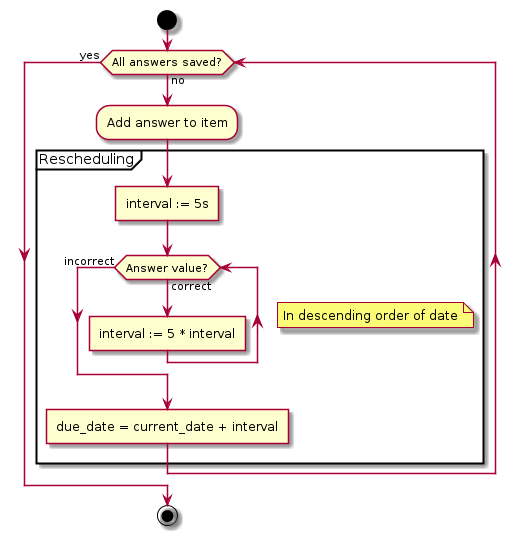
Before: img/learningserver.png, a diagram exported from PlantUML (mcvdenk/MasterThesis).
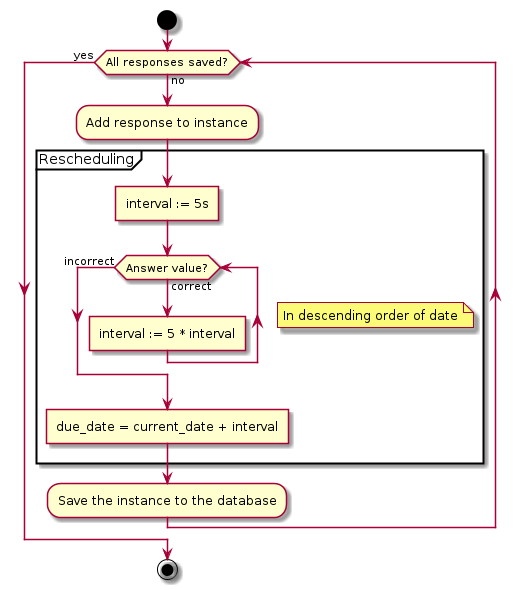
The same file after the commit.

Change to the diagram source:
```diff
@@ -1,8 +1,8 @@
 @startuml
 |Server|
 start
-while (All answers saved?) is (no)
-:Add answer to item;
+while (All responses saved?) is (no)
+:Add response to instance;
 partition Rescheduling {
 :interval := 5s]
 while (Answer value?) is (correct)
@@ -11,6 +11,7 @@
 endwhile (incorrect)
 :due_date = current_date + interval]
 }
+:Save the instance to the database;
 endwhile (yes)
 stop
 @enduml
```
